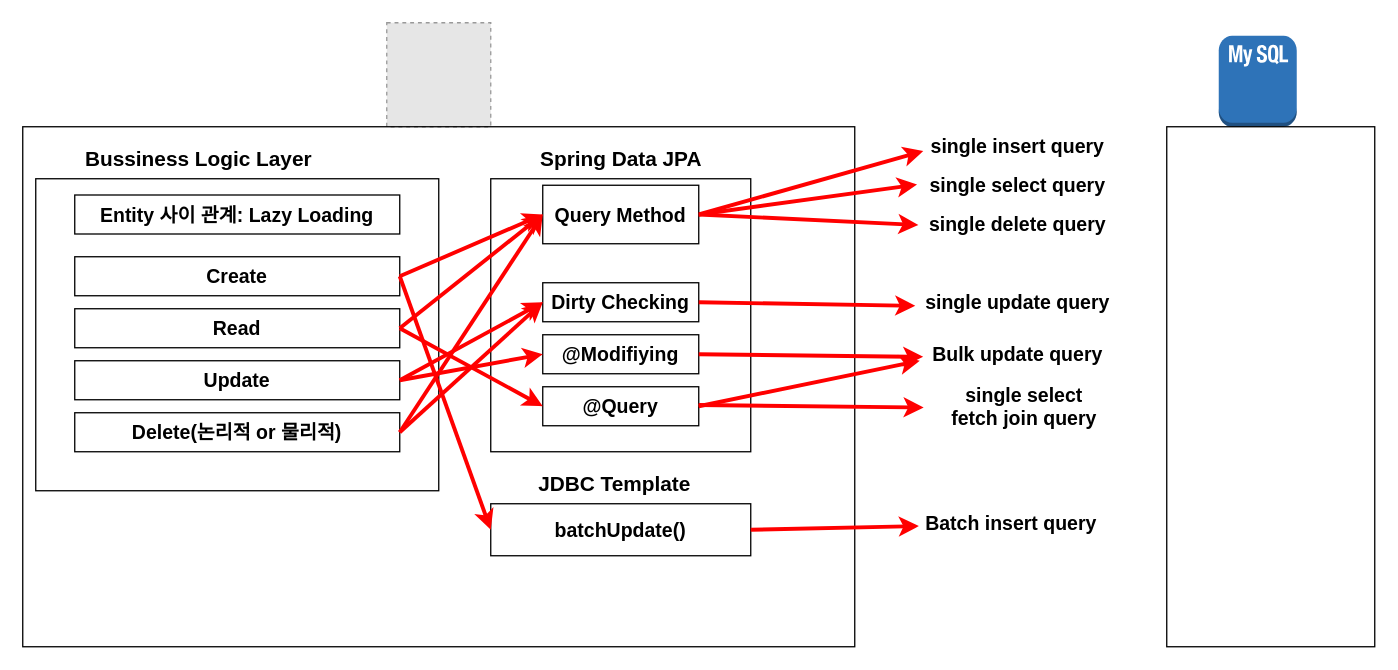
Before: sampleImage/studySample/SpringJPA적용및최적화.drawio in steadykyu/modudogcat_refactoring, a draw.io diagram. Source tidied: cells renumbered, new cells numbered last; positions are measured from the earlier drawing's top-left corner, leaving out a move shared by most shapes. Both pictures are drawn from the tidied source at 130%, with x=0, y=0 at pixel (22, 22). Pictures stored in the file or linked from it are replaced by grey dashed boxes.
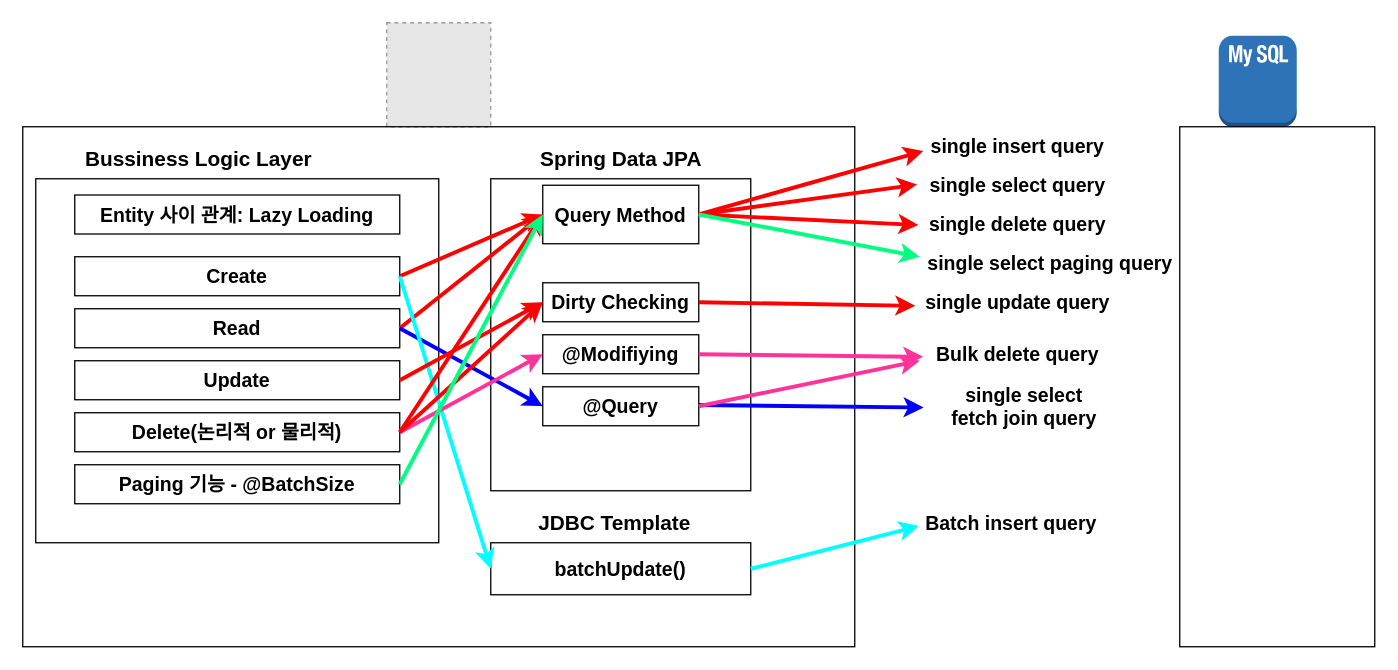
Above is the later version.

Commit message (it also covers changes not shown here):
JPA 아키텍쳐 사진 수정

The change refers to these unchanged cells:
```xml
<mxCell id="8" value="&lt;span style=&quot;font-size: 15px;&quot;&gt;&lt;font style=&quot;font-size: 15px;&quot;&gt;Batch insert query&lt;/font&gt;&lt;/span&gt;" style="text;html=1;align=center;verticalAlign=middle;points=[];strokeColor=none;fillColor=none;fontSize=15;fontStyle=1;" parent="1" vertex="1">
  <mxGeometry x="690" y="370" width="140" height="30" as="geometry" />
</mxCell>
<mxCell id="15" value="&lt;b&gt;&lt;font style=&quot;font-size: 15px;&quot;&gt;Query Method&lt;/font&gt;&lt;/b&gt;" style="text;html=1;align=center;verticalAlign=middle;whiteSpace=wrap;rounded=0;strokeColor=default;" parent="1" vertex="1">
  <mxGeometry x="400" y="125" width="120" height="45" as="geometry" />
</mxCell>
<mxCell id="26" value="&lt;span style=&quot;font-size: 15px;&quot;&gt;&lt;b&gt;Create&lt;/b&gt;&lt;/span&gt;" style="text;html=1;align=center;verticalAlign=middle;whiteSpace=wrap;rounded=0;strokeColor=default;" parent="1" vertex="1">
  <mxGeometry x="40" y="180" width="250" height="30" as="geometry" />
</mxCell>
<mxCell id="27" value="&lt;span style=&quot;font-size: 15px;&quot;&gt;&lt;b&gt;@Modifiying&lt;/b&gt;&lt;/span&gt;" style="text;html=1;align=center;verticalAlign=middle;whiteSpace=wrap;rounded=0;strokeColor=default;" parent="1" vertex="1">
  <mxGeometry x="400" y="240" width="120" height="30" as="geometry" />
</mxCell>
<mxCell id="29" value="&lt;span style=&quot;font-size: 15px;&quot;&gt;&lt;b&gt;@Query&lt;/b&gt;&lt;/span&gt;" style="text;html=1;align=center;verticalAlign=middle;whiteSpace=wrap;rounded=0;strokeColor=default;" parent="1" vertex="1">
  <mxGeometry x="400" y="280" width="120" height="30" as="geometry" />
</mxCell>
<mxCell id="33" value="&lt;span style=&quot;font-size: 15px;&quot;&gt;&lt;b&gt;Read&lt;/b&gt;&lt;/span&gt;" style="text;html=1;align=center;verticalAlign=middle;whiteSpace=wrap;rounded=0;strokeColor=default;" parent="1" vertex="1">
  <mxGeometry x="40" y="220" width="250" height="30" as="geometry" />
</mxCell>
<mxCell id="34" value="&lt;span style=&quot;font-size: 15px;&quot;&gt;&lt;b&gt;Update&lt;/b&gt;&lt;/span&gt;" style="text;html=1;align=center;verticalAlign=middle;whiteSpace=wrap;rounded=0;strokeColor=default;" parent="1" vertex="1">
  <mxGeometry x="40" y="260" width="250" height="30" as="geometry" />
</mxCell>
<mxCell id="35" value="&lt;span style=&quot;font-size: 15px;&quot;&gt;&lt;b&gt;Delete(논리적 or 물리적)&lt;/b&gt;&lt;/span&gt;" style="text;html=1;align=center;verticalAlign=middle;whiteSpace=wrap;rounded=0;strokeColor=default;" parent="1" vertex="1">
  <mxGeometry x="40" y="300" width="250" height="30" as="geometry" />
</mxCell>
```

Change to the diagram source:
```diff
@@
     <mxCell id="5" style="rounded=0;whiteSpace=wrap;html=1;fillColor=none;" parent="1" vertex="1">
-      <mxGeometry x="10" y="120" width="310" height="240" as="geometry" />
+      <mxGeometry x="10" y="120" width="310" height="280" as="geometry" />
     </mxCell>
@@
     <mxCell id="12" style="rounded=0;whiteSpace=wrap;html=1;fillColor=none;" parent="1" vertex="1">
-      <mxGeometry x="360" y="120" width="200" height="210" as="geometry" />
+      <mxGeometry x="360" y="120" width="200" height="240" as="geometry" />
     </mxCell>
@@
-    <mxCell id="20" value="&lt;span style=&quot;font-size: 15px;&quot;&gt;&lt;font style=&quot;font-size: 15px;&quot;&gt;Bulk update query&lt;/font&gt;&lt;/span&gt;" style="text;html=1;align=center;verticalAlign=middle;points=[];strokeColor=none;fillColor=none;fontSize=15;fontStyle=1;" parent="1" vertex="1">
+    <mxCell id="20" value="&lt;span style=&quot;font-size: 15px;&quot;&gt;&lt;font style=&quot;font-size: 15px;&quot;&gt;Bulk delete query&lt;/font&gt;&lt;/span&gt;" style="text;html=1;align=center;verticalAlign=middle;points=[];strokeColor=none;fillColor=none;fontSize=15;fontStyle=1;" parent="1" vertex="1">
       <mxGeometry x="695" y="240" width="140" height="30" as="geometry" />
     </mxCell>
     <mxCell id="21" value="&lt;font style=&quot;font-size: 15px;&quot;&gt;&lt;b&gt;batchUpdate()&lt;/b&gt;&lt;/font&gt;" style="rounded=0;whiteSpace=wrap;html=1;fillColor=none;" parent="1" vertex="1">
-      <mxGeometry x="360" y="370" width="200" height="40" as="geometry" />
+      <mxGeometry x="360" y="400" width="200" height="40" as="geometry" />
     </mxCell>
     <mxCell id="22" value="&lt;font style=&quot;font-size: 16px;&quot;&gt;&lt;b&gt;JDBC Template&lt;/b&gt;&lt;/font&gt;" style="text;html=1;align=center;verticalAlign=middle;strokeColor=none;fillColor=none;" parent="1" vertex="1">
-      <mxGeometry x="385" y="340" width="140" height="30" as="geometry" />
+      <mxGeometry x="385" y="370" width="140" height="30" as="geometry" />
     </mxCell>
     <mxCell id="23" style="rounded=0;whiteSpace=wrap;html=1;fillColor=none;" parent="1" vertex="1">
-      <mxGeometry x="880" y="80" width="160" height="400" as="geometry" />
+      <mxGeometry x="890" y="80" width="150" height="400" as="geometry" />
     </mxCell>
-    <mxCell id="24" style="curved=1;endArrow=classic;html=1;rounded=0;entryX=-0.005;entryY=0.573;entryDx=0;entryDy=0;entryPerimeter=0;exitX=1;exitY=0.5;exitDx=0;exitDy=0;strokeColor=#FF0000;strokeWidth=3;" parent="1" edge="1" source="21" target="8">
+    <mxCell id="24" style="curved=1;endArrow=classic;html=1;rounded=0;entryX=-0.005;entryY=0.573;entryDx=0;entryDy=0;entryPerimeter=0;exitX=1;exitY=0.5;exitDx=0;exitDy=0;strokeColor=#00FFFF;strokeWidth=3;align=center;verticalAlign=middle;fontFamily=Helvetica;fontSize=11;fontColor=default;labelBackgroundColor=default;" parent="1" edge="1" source="21" target="8">
       <mxGeometry relative="1" as="geometry" />
     </mxCell>
@@
-    <mxCell id="28" style="curved=1;endArrow=classic;html=1;rounded=0;entryX=-0.017;entryY=0.567;entryDx=0;entryDy=0;entryPerimeter=0;exitX=1;exitY=0.5;exitDx=0;exitDy=0;strokeColor=#FF0000;strokeWidth=3;" parent="1" edge="1" source="27" target="20">
+    <mxCell id="28" style="curved=1;endArrow=classic;html=1;rounded=0;entryX=-0.017;entryY=0.567;entryDx=0;entryDy=0;entryPerimeter=0;exitX=1;exitY=0.5;exitDx=0;exitDy=0;strokeColor=#FF3399;strokeWidth=3;align=center;verticalAlign=middle;fontFamily=Helvetica;fontSize=11;fontColor=default;labelBackgroundColor=default;" parent="1" edge="1" source="27" target="20">
       <mxGeometry relative="1" as="geometry" />
     </mxCell>
@@
-    <mxCell id="30" style="curved=1;endArrow=classic;html=1;rounded=0;entryX=-0.017;entryY=0.567;entryDx=0;entryDy=0;entryPerimeter=0;exitX=1;exitY=0.5;exitDx=0;exitDy=0;strokeColor=#FF0000;strokeWidth=3;" parent="1" edge="1">
+    <mxCell id="30" style="curved=1;endArrow=classic;html=1;rounded=0;entryX=-0.017;entryY=0.567;entryDx=0;entryDy=0;entryPerimeter=0;exitX=1;exitY=0.5;exitDx=0;exitDy=0;strokeColor=#0000FF;strokeWidth=3;align=center;verticalAlign=middle;fontFamily=Helvetica;fontSize=11;fontColor=default;labelBackgroundColor=default;" parent="1" edge="1">
       <mxGeometry relative="1" as="geometry">
         <mxPoint x="520" y="294" as="sourcePoint" />
         <mxPoint x="693" y="296" as="targetPoint" />
       </mxGeometry>
     </mxCell>
@@
-    <mxCell id="32" style="curved=1;endArrow=classic;html=1;rounded=0;exitX=1;exitY=0.5;exitDx=0;exitDy=0;strokeColor=#FF0000;strokeWidth=3;" parent="1" edge="1" source="29">
+    <mxCell id="32" style="curved=1;endArrow=classic;html=1;rounded=0;exitX=1;exitY=0.5;exitDx=0;exitDy=0;strokeColor=#FF3399;strokeWidth=3;align=center;verticalAlign=middle;fontFamily=Helvetica;fontSize=11;fontColor=default;labelBackgroundColor=default;" parent="1" edge="1" source="29">
       <mxGeometry relative="1" as="geometry">
         <mxPoint x="690" y="260" as="targetPoint" />
       </mxGeometry>
     </mxCell>
@@
-    <mxCell id="38" style="curved=1;endArrow=classic;html=1;rounded=0;entryX=0;entryY=0.5;entryDx=0;entryDy=0;exitX=1;exitY=0.5;exitDx=0;exitDy=0;strokeColor=#FF0000;strokeWidth=3;" parent="1" edge="1" source="33" target="29">
+    <mxCell id="38" style="curved=1;endArrow=classic;html=1;rounded=0;entryX=0;entryY=0.5;entryDx=0;entryDy=0;exitX=1;exitY=0.5;exitDx=0;exitDy=0;strokeColor=#0000FF;strokeWidth=3;" parent="1" edge="1" source="33" target="29">
       <mxGeometry relative="1" as="geometry" />
     </mxCell>
-    <mxCell id="39" style="curved=1;endArrow=classic;html=1;rounded=0;entryX=0;entryY=0.5;entryDx=0;entryDy=0;strokeColor=#FF0000;strokeWidth=3;exitX=1;exitY=0.5;exitDx=0;exitDy=0;" parent="1" edge="1" source="26" target="21">
+    <mxCell id="39" style="curved=1;endArrow=classic;html=1;rounded=0;entryX=0;entryY=0.5;entryDx=0;entryDy=0;strokeColor=#00FFFF;strokeWidth=3;exitX=1;exitY=0.5;exitDx=0;exitDy=0;" parent="1" edge="1" source="26" target="21">
       <mxGeometry relative="1" as="geometry" />
     </mxCell>
@@
-    <mxCell id="41" style="curved=1;endArrow=classic;html=1;rounded=0;entryX=0;entryY=0.5;entryDx=0;entryDy=0;exitX=1;exitY=0.5;exitDx=0;exitDy=0;strokeColor=#FF0000;strokeWidth=3;" parent="1" edge="1" source="34" target="27">
+    <mxCell id="41" style="curved=1;endArrow=classic;html=1;rounded=0;entryX=0;entryY=0.5;entryDx=0;entryDy=0;exitX=1;exitY=0.5;exitDx=0;exitDy=0;strokeColor=#FF3399;strokeWidth=3;" parent="1" edge="1" source="35" target="27">
       <mxGeometry relative="1" as="geometry" />
     </mxCell>
@@
+    <mxCell id="44" value="&lt;span style=&quot;font-size: 15px;&quot;&gt;&lt;b&gt;Paging 기능 - @BatchSize&lt;/b&gt;&lt;/span&gt;" style="text;html=1;align=center;verticalAlign=middle;whiteSpace=wrap;rounded=0;strokeColor=default;" parent="1" vertex="1">
+      <mxGeometry x="40" y="340" width="250" height="30" as="geometry" />
+    </mxCell>
+    <mxCell id="45" style="curved=1;endArrow=classic;html=1;rounded=0;exitX=1;exitY=0.5;exitDx=0;exitDy=0;strokeColor=#00FF80;strokeWidth=3;entryX=0;entryY=0.5;entryDx=0;entryDy=0;" parent="1" edge="1" source="44" target="15">
+      <mxGeometry relative="1" as="geometry" />
+    </mxCell>
+    <mxCell id="46" style="curved=1;endArrow=classic;html=1;rounded=0;exitX=1;exitY=0.5;exitDx=0;exitDy=0;strokeColor=#00FF80;strokeWidth=3;align=center;verticalAlign=middle;fontFamily=Helvetica;fontSize=11;fontColor=default;labelBackgroundColor=default;" parent="1" edge="1" source="15">
+      <mxGeometry relative="1" as="geometry">
+        <mxPoint x="690" y="180" as="targetPoint" />
+      </mxGeometry>
+    </mxCell>
+    <mxCell id="47" value="&lt;span style=&quot;font-size: 15px;&quot;&gt;&lt;font style=&quot;font-size: 15px;&quot;&gt;single select paging query&lt;/font&gt;&lt;/span&gt;" style="text;html=1;align=center;verticalAlign=middle;strokeColor=none;fillColor=none;fontSize=15;fontStyle=1;" parent="1" vertex="1">
+      <mxGeometry x="690" y="170" width="200" height="30" as="geometry" />
+    </mxCell>
```
